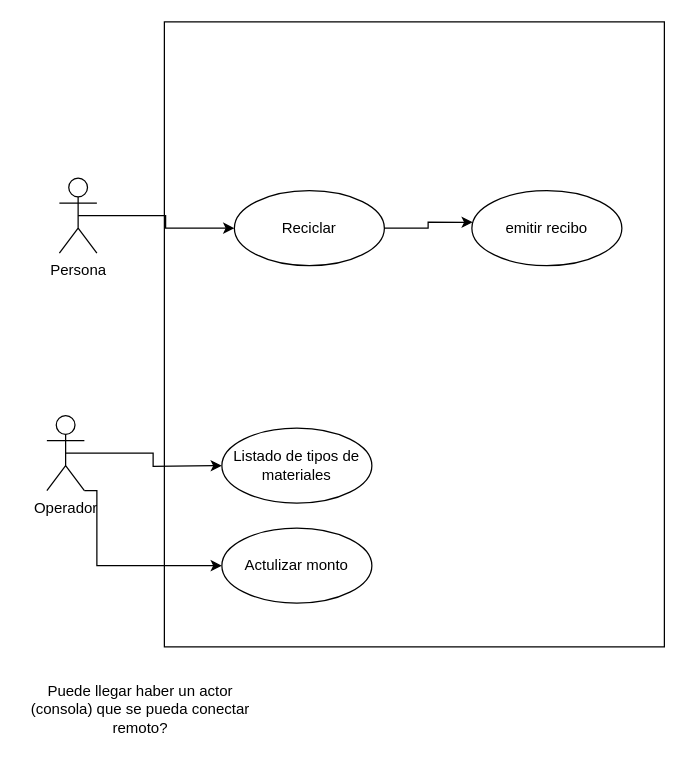
This is Ejercicio4- Máquina de reciclado/Maquina de reciclado.drawio from Fefo7/Inge1, a draw.io file, before an edit. Source tidied: cells renumbered, new cells numbered last; positions are measured from the earlier drawing's top-left corner, leaving out a move shared by most shapes. Both pictures are drawn from the tidied source at 125%, with x=0, y=0 at pixel (21, 21).
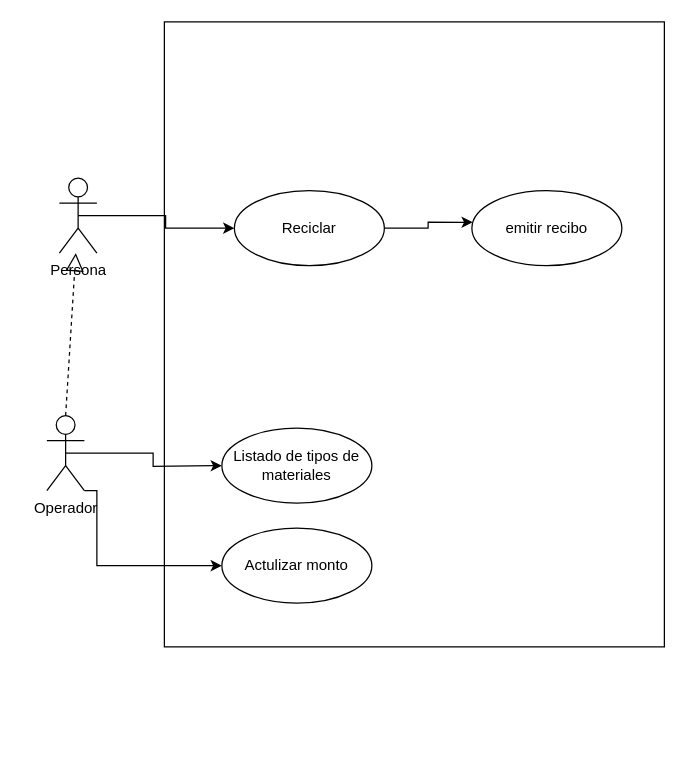
After the change.

Change to the diagram source:
```diff
@@
 <mxGraphModel>
   <root>
     <mxCell id="0" />
     <mxCell id="1" parent="0" />
     <mxCell id="2" style="rounded=0;whiteSpace=wrap;html=1;" parent="1" vertex="1">
       <mxGeometry x="114" width="400" height="500" as="geometry" />
     </mxCell>
     <mxCell id="3" style="edgeStyle=orthogonalEdgeStyle;rounded=0;jettySize=auto;html=1;exitX=0.5;exitY=0.5;exitDx=0;exitDy=0;exitPerimeter=0;entryX=0;entryY=0.5;entryDx=0;entryDy=0;" parent="1" edge="1" source="4" target="5">
       <mxGeometry relative="1" as="geometry" />
     </mxCell>
     <mxCell id="4" value="Persona" style="shape=umlActor;verticalLabelPosition=bottom;verticalAlign=top;html=1;outlineConnect=0;" parent="1" vertex="1">
       <mxGeometry x="30" y="125" width="30" height="60" as="geometry" />
     </mxCell>
     <mxCell id="5" value="Reciclar" style="ellipse;whiteSpace=wrap;html=1;" parent="1" vertex="1">
       <mxGeometry x="170" y="135" width="120" height="60" as="geometry" />
     </mxCell>
     <mxCell id="6" value="emitir recibo" style="ellipse;whiteSpace=wrap;html=1;" parent="1" vertex="1">
       <mxGeometry x="360" y="135" width="120" height="60" as="geometry" />
     </mxCell>
     <mxCell id="7" style="edgeStyle=orthogonalEdgeStyle;rounded=0;jettySize=auto;html=1;exitX=0.5;exitY=0.5;exitDx=0;exitDy=0;exitPerimeter=0;" parent="1" edge="1" source="9">
       <mxGeometry relative="1" as="geometry">
         <mxPoint x="160" y="355" as="targetPoint" />
       </mxGeometry>
     </mxCell>
     <mxCell id="8" style="edgeStyle=orthogonalEdgeStyle;rounded=0;jettySize=auto;html=1;exitX=1;exitY=1;exitDx=0;exitDy=0;exitPerimeter=0;entryX=0;entryY=0.5;entryDx=0;entryDy=0;" parent="1" edge="1" source="9" target="11">
       <mxGeometry relative="1" as="geometry">
         <Array as="points">
           <mxPoint x="60" y="375" />
           <mxPoint x="60" y="435" />
         </Array>
       </mxGeometry>
     </mxCell>
     <mxCell id="9" value="Operador" style="shape=umlActor;verticalLabelPosition=bottom;verticalAlign=top;html=1;outlineConnect=0;" parent="1" vertex="1">
       <mxGeometry x="20" y="315" width="30" height="60" as="geometry" />
     </mxCell>
     <mxCell id="10" value="Listado de tipos de materiales" style="ellipse;whiteSpace=wrap;html=1;" parent="1" vertex="1">
       <mxGeometry x="160" y="325" width="120" height="60" as="geometry" />
     </mxCell>
     <mxCell id="11" value="Actulizar monto" style="ellipse;whiteSpace=wrap;html=1;" parent="1" vertex="1">
       <mxGeometry x="160" y="405" width="120" height="60" as="geometry" />
     </mxCell>
     <mxCell id="12" style="edgeStyle=orthogonalEdgeStyle;rounded=0;jettySize=auto;html=1;exitX=1;exitY=0.5;exitDx=0;exitDy=0;entryX=0.006;entryY=0.422;entryDx=0;entryDy=0;entryPerimeter=0;" parent="1" edge="1" source="5" target="6">
       <mxGeometry relative="1" as="geometry" />
     </mxCell>
-    <mxCell id="13" value="Puede llegar haber un actor (consola) que se pueda conectar remoto?" style="text;html=1;align=center;verticalAlign=middle;whiteSpace=wrap;rounded=0;" parent="1" vertex="1">
-      <mxGeometry y="525" width="190" height="50" as="geometry" />
-    </mxCell>
+    <mxCell id="14" style="endArrow=block;dashed=1;endFill=0;endSize=12;html=1;rounded=0;exitX=0.5;exitY=0;exitDx=0;exitDy=0;exitPerimeter=0;" parent="1" edge="1" source="9" target="4">
+      <mxGeometry relative="1" as="geometry" />
+    </mxCell>
   </root>
 </mxGraphModel>
```
